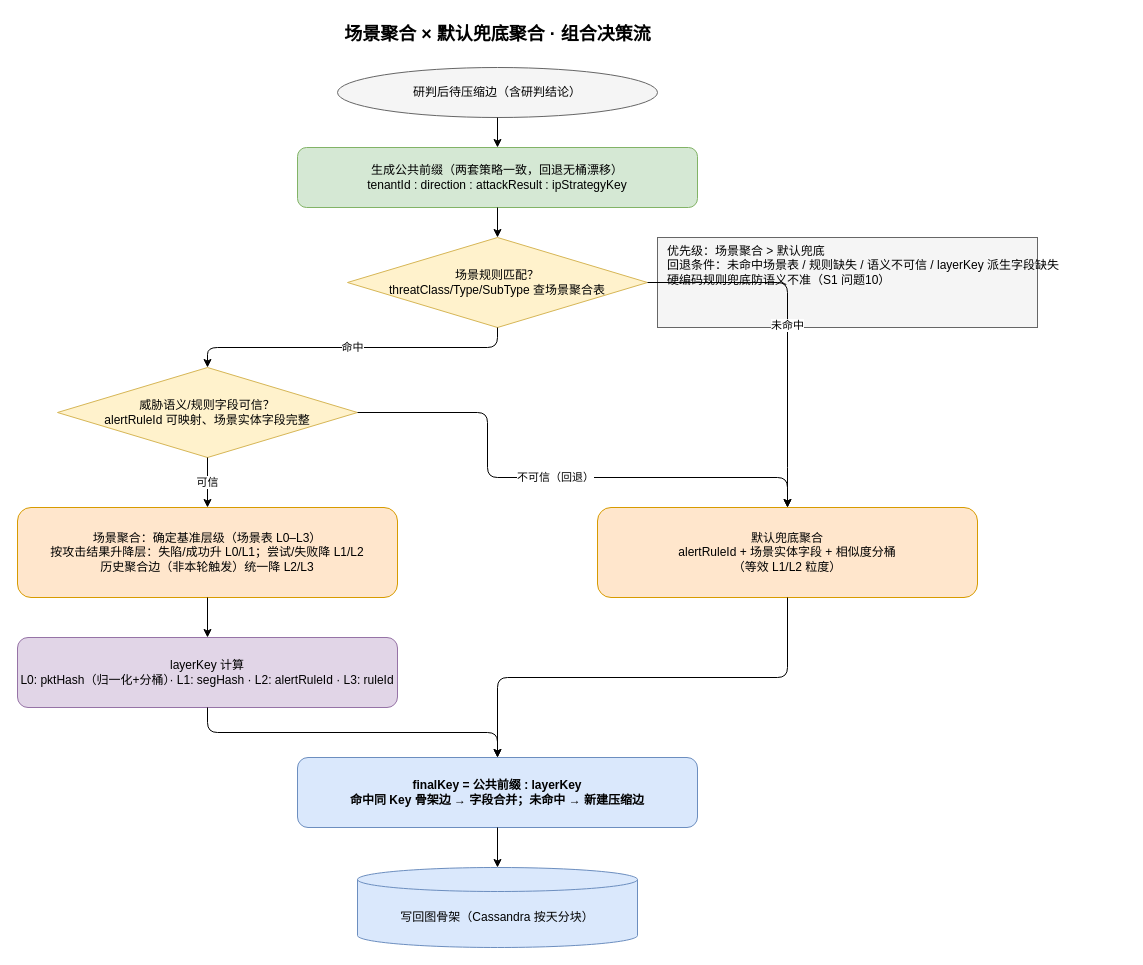
Before: page "3-两套策略组合决策流" (3 of 4) of x-graph2.drawio in lyc1562512693/lyc, a draw.io diagram. Source tidied: cells renumbered, new cells numbered last; positions are measured from the earlier drawing's top-left corner, leaving out a move shared by most shapes. Both pictures are drawn from the tidied source at 100%, with x=0, y=0 at pixel (17, 17).
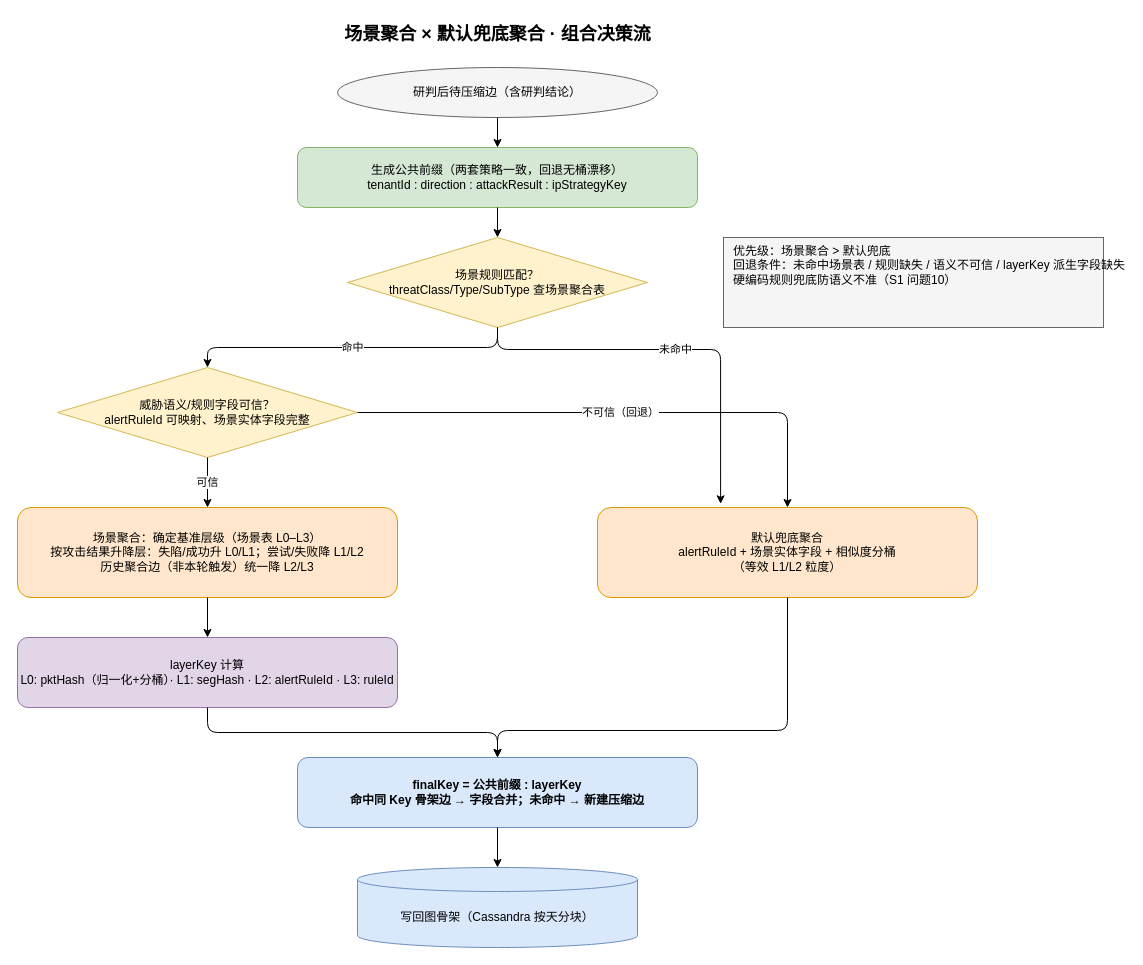
Above is the later version.

The change refers to these unchanged cells:
```xml
<mxCell id="5" value="场景规则匹配？&#10;threatClass/Type/SubType 查场景聚合表" style="rhombus;whiteSpace=wrap;html=1;fillColor=#fff2cc;strokeColor=#d6b656;" parent="1" vertex="1">
  <mxGeometry x="330" y="220" width="300" height="90" as="geometry" />
</mxCell>
<mxCell id="6" value="威胁语义/规则字段可信？&#10;alertRuleId 可映射、场景实体字段完整" style="rhombus;whiteSpace=wrap;html=1;fillColor=#fff2cc;strokeColor=#d6b656;" parent="1" vertex="1">
  <mxGeometry x="40" y="350" width="300" height="90" as="geometry" />
</mxCell>
<mxCell id="8" value="默认兜底聚合&#10;alertRuleId + 场景实体字段 + 相似度分桶&#10;（等效 L1/L2 粒度）" style="rounded=1;whiteSpace=wrap;html=1;fillColor=#ffe6cc;strokeColor=#d79b00;" parent="1" vertex="1">
  <mxGeometry x="580" y="490" width="380" height="90" as="geometry" />
</mxCell>
<mxCell id="10" value="finalKey = 公共前缀 : layerKey&#10;命中同 Key 骨架边 → 字段合并；未命中 → 新建压缩边" style="rounded=1;whiteSpace=wrap;html=1;fillColor=#dae8fc;strokeColor=#6c8ebf;fontStyle=1;" parent="1" vertex="1">
  <mxGeometry x="280" y="740" width="400" height="70" as="geometry" />
</mxCell>
```

Change to the diagram source:
```diff
@@
     <mxCell id="12" value="优先级：场景聚合 &gt; 默认兜底&#10;回退条件：未命中场景表 / 规则缺失 / 语义不可信 / layerKey 派生字段缺失&#10;硬编码规则兜底防语义不准（S1 问题10）" style="text;html=1;align=left;verticalAlign=top;spacingLeft=8;fillColor=#f5f5f5;strokeColor=#666666;" parent="1" vertex="1">
-      <mxGeometry x="640" y="220" width="380" height="90" as="geometry" />
+      <mxGeometry x="706" y="220" width="380" height="90" as="geometry" />
     </mxCell>
@@
-    <mxCell id="16" value="未命中" style="edgeStyle=orthogonalEdgeStyle;rounded=1;html=1;" parent="1" edge="1" source="5" target="8">
+    <mxCell id="16" value="未命中" style="edgeStyle=orthogonalEdgeStyle;rounded=1;html=1;entryX=0.324;entryY=-0.041;entryDx=0;entryDy=0;entryPerimeter=0;" parent="1" edge="1" source="5" target="8">
       <mxGeometry relative="1" as="geometry">
         <Array as="points">
-          <mxPoint x="770" y="265" />
-          <mxPoint x="770" y="460" />
+          <mxPoint x="480" y="332" />
+          <mxPoint x="703" y="332" />
         </Array>
       </mxGeometry>
     </mxCell>
@@
     <mxCell id="18" value="不可信（回退）" style="edgeStyle=orthogonalEdgeStyle;rounded=1;html=1;" parent="1" edge="1" source="6" target="8">
       <mxGeometry relative="1" as="geometry">
         <Array as="points">
-          <mxPoint x="470" y="395" />
-          <mxPoint x="470" y="460" />
-          <mxPoint x="770" y="460" />
+          <mxPoint x="770" y="395" />
         </Array>
       </mxGeometry>
     </mxCell>
@@
     <mxCell id="21" style="edgeStyle=orthogonalEdgeStyle;rounded=1;html=1;" parent="1" edge="1" source="8" target="10">
-      <mxGeometry relative="1" as="geometry" />
+      <mxGeometry relative="1" as="geometry">
+        <Array as="points">
+          <mxPoint x="770" y="713" />
+          <mxPoint x="480" y="713" />
+        </Array>
+      </mxGeometry>
     </mxCell>
```
